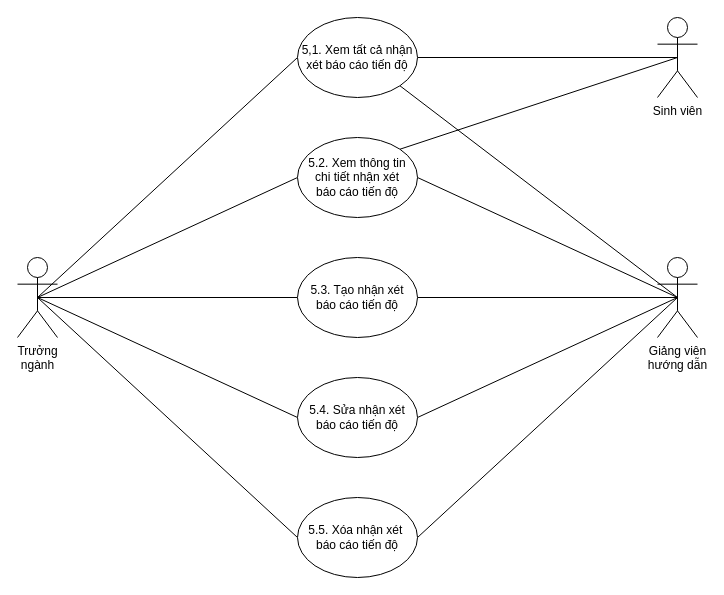
The draw.io diagram page "Quản lý nhận xét báo cáo tiến độ" (5 of 7) of docs/diagrams/usecase.drawio in doonpy/grasis, before the edit. Source tidied: cells renumbered, new cells numbered last; positions are measured from the earlier drawing's top-left corner, leaving out a move shared by most shapes. Both pictures are drawn from the tidied source at 100%, with x=0, y=0 at pixel (17, 17).
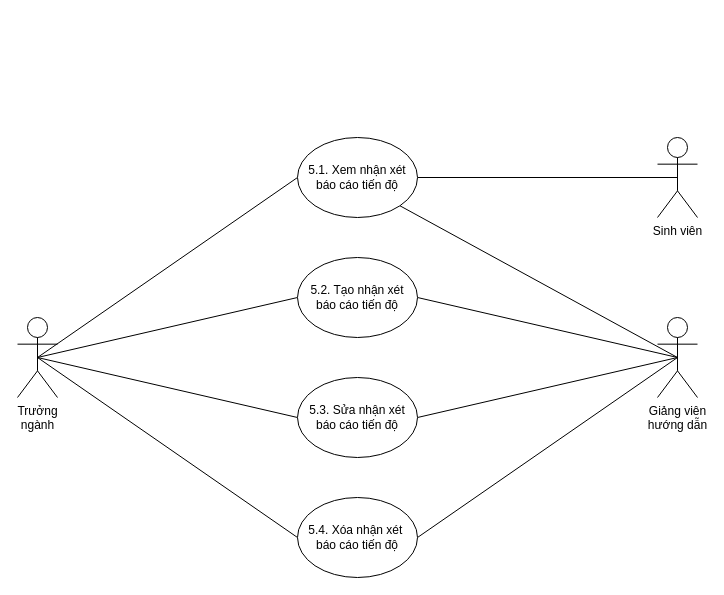
The same diagram, later.

What changed in the source:
```diff
@@
-    <mxCell id="2" style="edgeStyle=none;rounded=0;jettySize=auto;html=1;exitX=0.5;exitY=0.5;exitDx=0;exitDy=0;exitPerimeter=0;entryX=0;entryY=0.5;entryDx=0;entryDy=0;endArrow=none;endFill=0;" parent="1" edge="1" source="6" target="18">
-      <mxGeometry relative="1" as="geometry" />
-    </mxCell>
@@
     <mxCell id="6" value="Trưởng&lt;br&gt;ngành" style="shape=umlActor;verticalLabelPosition=bottom;verticalAlign=top;html=1;outlineConnect=0;" parent="1" vertex="1">
-      <mxGeometry y="240" width="40" height="80" as="geometry" />
+      <mxGeometry y="300" width="40" height="80" as="geometry" />
     </mxCell>
     <mxCell id="7" value="Sinh viên" style="shape=umlActor;verticalLabelPosition=bottom;verticalAlign=top;html=1;outlineConnect=0;" parent="1" vertex="1">
-      <mxGeometry x="640" width="40" height="80" as="geometry" />
+      <mxGeometry x="640" y="120" width="40" height="80" as="geometry" />
     </mxCell>
@@
     <mxCell id="12" value="Giảng viên&lt;br&gt;hướng dẫn" style="shape=umlActor;verticalLabelPosition=bottom;verticalAlign=top;html=1;outlineConnect=0;" parent="1" vertex="1">
-      <mxGeometry x="640" y="240" width="40" height="80" as="geometry" />
+      <mxGeometry x="640" y="300" width="40" height="80" as="geometry" />
     </mxCell>
@@
-    <mxCell id="15" value="5,1. Xem tất cả nhận xét báo cáo tiến độ" style="ellipse;whiteSpace=wrap;html=1;" parent="1" vertex="1">
-      <mxGeometry x="280" width="120" height="80" as="geometry" />
+    <mxCell id="15" value="5.1. Xem nhận xét báo cáo tiến độ" style="ellipse;whiteSpace=wrap;html=1;" parent="1" vertex="1">
+      <mxGeometry x="280" y="120" width="120" height="80" as="geometry" />
     </mxCell>
-    <mxCell id="16" style="edgeStyle=none;rounded=0;jettySize=auto;html=1;exitX=1;exitY=0.5;exitDx=0;exitDy=0;entryX=0.5;entryY=0.5;entryDx=0;entryDy=0;entryPerimeter=0;endArrow=none;endFill=0;" parent="1" edge="1" source="18" target="12">
-      <mxGeometry relative="1" as="geometry" />
-    </mxCell>
-    <mxCell id="17" style="edgeStyle=none;rounded=0;jettySize=auto;html=1;exitX=1;exitY=0;exitDx=0;exitDy=0;entryX=0.5;entryY=0.5;entryDx=0;entryDy=0;entryPerimeter=0;endArrow=none;endFill=0;" parent="1" edge="1" source="18" target="7">
-      <mxGeometry relative="1" as="geometry" />
-    </mxCell>
-    <mxCell id="18" value="5.2. Xem thông tin&lt;br&gt;chi tiết nhận xét &lt;br&gt;báo cáo tiến độ" style="ellipse;whiteSpace=wrap;html=1;" parent="1" vertex="1">
-      <mxGeometry x="280" y="120" width="120" height="80" as="geometry" />
-    </mxCell>
-    <mxCell id="19" value="5.3. Tạo nhận xét&lt;br&gt;báo cáo tiến độ" style="ellipse;whiteSpace=wrap;html=1;" parent="1" vertex="1">
+    <mxCell id="19" value="5.2. Tạo nhận xét&lt;br&gt;báo cáo tiến độ" style="ellipse;whiteSpace=wrap;html=1;" parent="1" vertex="1">
       <mxGeometry x="280" y="240" width="120" height="80" as="geometry" />
     </mxCell>
-    <mxCell id="20" value="5.4. Sửa nhận xét &lt;br&gt;báo cáo tiến độ" style="ellipse;whiteSpace=wrap;html=1;" parent="1" vertex="1">
+    <mxCell id="20" value="5.3. Sửa nhận xét &lt;br&gt;báo cáo tiến độ" style="ellipse;whiteSpace=wrap;html=1;" parent="1" vertex="1">
       <mxGeometry x="280" y="360" width="120" height="80" as="geometry" />
     </mxCell>
-    <mxCell id="21" value="5.5. Xóa nhận xét&amp;nbsp;&lt;br&gt;báo cáo tiến độ" style="ellipse;whiteSpace=wrap;html=1;" parent="1" vertex="1">
+    <mxCell id="21" value="5.4. Xóa nhận xét&amp;nbsp;&lt;br&gt;báo cáo tiến độ" style="ellipse;whiteSpace=wrap;html=1;" parent="1" vertex="1">
       <mxGeometry x="280" y="480" width="120" height="80" as="geometry" />
     </mxCell>
```
